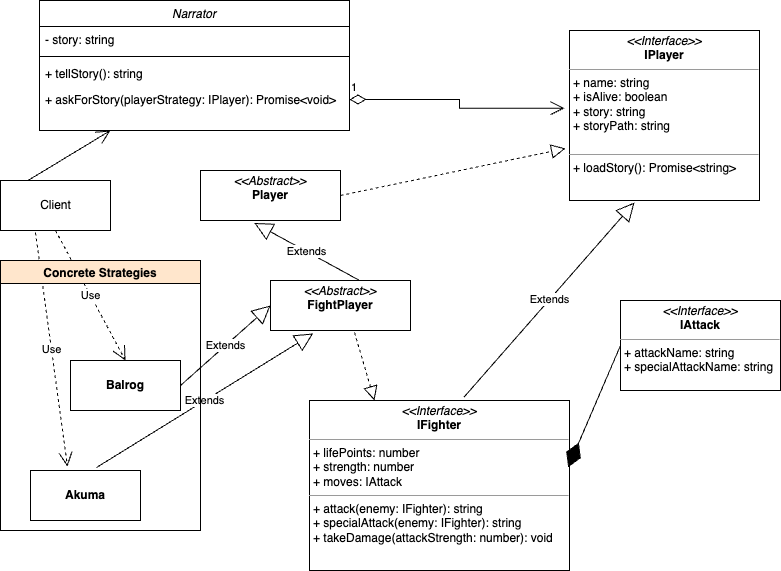
Earlier version of the draw.io export ts-patterns/01-comportamentais/01-strategy/01-example-street-fighter/images/streetFighterDgr.png (rafaeltedesco/Typescript_Design_Patterns). Source tidied: cells renumbered, new cells last; positions are measured from the earlier drawing's top-left corner, leaving out a move shared by most shapes.
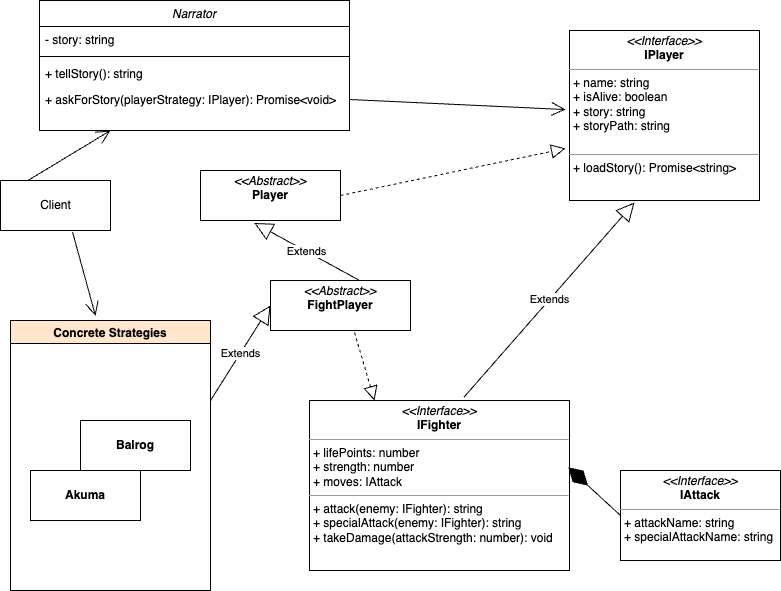
After the change.

Commit message:
docs: update street fighter story teller diagram

Change to the diagram source:
```diff
@@ -17,9 +17,6 @@
     <mxCell id="6" value="+ askForStory(playerStrategy: IPlayer): Promise&lt;void&gt;" style="text;align=left;verticalAlign=top;spacingLeft=4;spacingRight=4;overflow=hidden;points=[[0,0.5],[1,0.5]];portConstraint=eastwest;" parent="2" vertex="1">
       <mxGeometry y="86" width="310" height="26" as="geometry" />
     </mxCell>
-    <mxCell id="7" value="1" style="endArrow=open;html=1;endSize=12;startArrow=diamondThin;startSize=14;startFill=0;edgeStyle=orthogonalEdgeStyle;align=left;verticalAlign=bottom;rounded=0;exitX=1;exitY=0.5;exitDx=0;exitDy=0;entryX=-0.026;entryY=0.457;entryDx=0;entryDy=0;entryPerimeter=0;" parent="1" edge="1" source="6" target="8">
-      <mxGeometry x="-1" y="3" relative="1" as="geometry" />
-    </mxCell>
     <mxCell id="8" value="&lt;p style=&quot;margin:0px;margin-top:4px;text-align:center;&quot;&gt;&lt;i&gt;&amp;lt;&amp;lt;Interface&amp;gt;&amp;gt;&lt;/i&gt;&lt;br&gt;&lt;b&gt;IPlayer&lt;/b&gt;&lt;/p&gt;&lt;hr size=&quot;1&quot;&gt;&lt;p style=&quot;margin:0px;margin-left:4px;&quot;&gt;+ name: string&lt;br&gt;+ isAlive: boolean&lt;/p&gt;&lt;p style=&quot;margin:0px;margin-left:4px;&quot;&gt;+ story: string&lt;/p&gt;&lt;p style=&quot;margin:0px;margin-left:4px;&quot;&gt;+ storyPath: string&lt;/p&gt;&lt;p style=&quot;margin:0px;margin-left:4px;&quot;&gt;&lt;br&gt;&lt;/p&gt;&lt;hr size=&quot;1&quot;&gt;&lt;p style=&quot;margin:0px;margin-left:4px;&quot;&gt;+ loadStory(): Promise&amp;lt;string&amp;gt;&lt;br&gt;&lt;/p&gt;" style="verticalAlign=top;align=left;overflow=fill;fontSize=12;fontFamily=Helvetica;html=1;" parent="1" vertex="1">
       <mxGeometry x="569" y="30" width="190" height="170" as="geometry" />
     </mxCell>
@@ -33,7 +30,7 @@
       <mxGeometry relative="1" as="geometry" />
     </mxCell>
     <mxCell id="12" value="&lt;p style=&quot;margin:0px;margin-top:4px;text-align:center;&quot;&gt;&lt;i&gt;&amp;lt;&amp;lt;Interface&amp;gt;&amp;gt;&lt;/i&gt;&lt;br&gt;&lt;b&gt;IAttack&lt;/b&gt;&lt;/p&gt;&lt;hr size=&quot;1&quot;&gt;&lt;p style=&quot;margin:0px;margin-left:4px;&quot;&gt;+ attackName: string&lt;br&gt;+ specialAttackName: string&lt;/p&gt;" style="verticalAlign=top;align=left;overflow=fill;fontSize=12;fontFamily=Helvetica;html=1;" parent="1" vertex="1">
-      <mxGeometry x="620" y="300" width="160" height="90" as="geometry" />
+      <mxGeometry x="620" y="470" width="160" height="90" as="geometry" />
     </mxCell>
     <mxCell id="13" style="endArrow=block;dashed=1;endFill=0;endSize=12;html=1;rounded=0;entryX=-0.021;entryY=0.694;entryDx=0;entryDy=0;entryPerimeter=0;exitX=1;exitY=0.5;exitDx=0;exitDy=0;" parent="1" edge="1" source="26" target="8">
       <mxGeometry relative="1" as="geometry" />
@@ -49,12 +46,11 @@
     <mxCell id="16" style="endArrow=block;dashed=1;endFill=0;endSize=12;html=1;rounded=0;exitX=0.6;exitY=1.04;exitDx=0;exitDy=0;entryX=0.25;entryY=0;entryDx=0;entryDy=0;exitPerimeter=0;" parent="1" edge="1" source="14" target="9">
       <mxGeometry relative="1" as="geometry" />
     </mxCell>
-    <mxCell id="17" value="Extends" style="endArrow=block;endSize=16;endFill=0;html=1;rounded=0;exitX=1;exitY=0.5;exitDx=0;exitDy=0;entryX=0;entryY=0.5;entryDx=0;entryDy=0;" parent="1" edge="1" source="24" target="14">
-      <mxGeometry relative="1" as="geometry" />
+    <mxCell id="17" value="Extends" style="endArrow=block;endSize=16;endFill=0;html=1;rounded=0;entryX=0;entryY=0.5;entryDx=0;entryDy=0;" parent="1" edge="1" target="14">
+      <mxGeometry relative="1" as="geometry">
+        <mxPoint x="210" y="400" as="sourcePoint" />
+      </mxGeometry>
     </mxCell>
-    <mxCell id="18" value="Extends" style="endArrow=block;endSize=16;endFill=0;html=1;rounded=0;entryX=0.305;entryY=1.06;entryDx=0;entryDy=0;entryPerimeter=0;exitX=0.6;exitY=-0.06;exitDx=0;exitDy=0;exitPerimeter=0;" parent="1" edge="1" source="25" target="14">
-      <mxGeometry relative="1" as="geometry" />
-    </mxCell>
     <mxCell id="19" value="Client" style="html=1;" parent="1" vertex="1">
       <mxGeometry y="180" width="110" height="50" as="geometry" />
     </mxCell>
@@ -63,14 +59,8 @@
         <mxPoint x="110" y="130" as="targetPoint" />
       </mxGeometry>
     </mxCell>
-    <mxCell id="21" value="Use" style="endArrow=open;endSize=12;dashed=1;html=1;rounded=0;exitX=0.318;exitY=1.04;exitDx=0;exitDy=0;exitPerimeter=0;entryX=0.336;entryY=-0.08;entryDx=0;entryDy=0;entryPerimeter=0;" parent="1" edge="1" source="19" target="25">
-      <mxGeometry relative="1" as="geometry" />
-    </mxCell>
-    <mxCell id="22" value="Use" style="endArrow=open;endSize=12;dashed=1;html=1;rounded=0;exitX=0.5;exitY=1;exitDx=0;exitDy=0;entryX=0.5;entryY=0;entryDx=0;entryDy=0;" parent="1" edge="1" source="19" target="24">
-      <mxGeometry relative="1" as="geometry" />
-    </mxCell>
     <mxCell id="23" value="Concrete Strategies" style="swimlane;fillColor=#FFE6CC;" parent="1" vertex="1">
-      <mxGeometry y="260" width="200" height="270" as="geometry" />
+      <mxGeometry x="10" y="320" width="200" height="270" as="geometry" />
     </mxCell>
     <mxCell id="24" value="&lt;p style=&quot;margin:0px;margin-top:4px;text-align:center;&quot;&gt;&lt;br&gt;&lt;b&gt;Balrog&lt;/b&gt;&lt;/p&gt;" style="verticalAlign=top;align=left;overflow=fill;fontSize=12;fontFamily=Helvetica;html=1;" parent="23" vertex="1">
       <mxGeometry x="70" y="100" width="110" height="50" as="geometry" />
@@ -81,5 +71,11 @@
     <mxCell id="26" value="&lt;p style=&quot;margin:0px;margin-top:4px;text-align:center;&quot;&gt;&lt;i&gt;&amp;lt;&amp;lt;Abstract&amp;gt;&amp;gt;&lt;/i&gt;&lt;br&gt;&lt;b&gt;Player&lt;/b&gt;&lt;/p&gt;&lt;p style=&quot;margin:0px;margin-left:4px;&quot;&gt;&lt;/p&gt;" style="verticalAlign=top;align=left;overflow=fill;fontSize=12;fontFamily=Helvetica;html=1;" parent="1" vertex="1">
       <mxGeometry x="200" y="170" width="140" height="50" as="geometry" />
     </mxCell>
+    <mxCell id="7" style="endArrow=open;endFill=1;endSize=12;html=1;rounded=0;entryX=-0.021;entryY=0.465;entryDx=0;entryDy=0;entryPerimeter=0;exitX=1;exitY=0.5;exitDx=0;exitDy=0;" parent="1" edge="1" source="6" target="8">
+      <mxGeometry relative="1" as="geometry" />
+    </mxCell>
+    <mxCell id="27" style="endArrow=open;endFill=1;endSize=12;html=1;rounded=0;exitX=0.655;exitY=1.03;exitDx=0;exitDy=0;exitPerimeter=0;entryX=0.425;entryY=-0.017;entryDx=0;entryDy=0;entryPerimeter=0;" parent="1" edge="1" source="19" target="23">
+      <mxGeometry relative="1" as="geometry" />
+    </mxCell>
   </root>
 </mxGraphModel>
```
